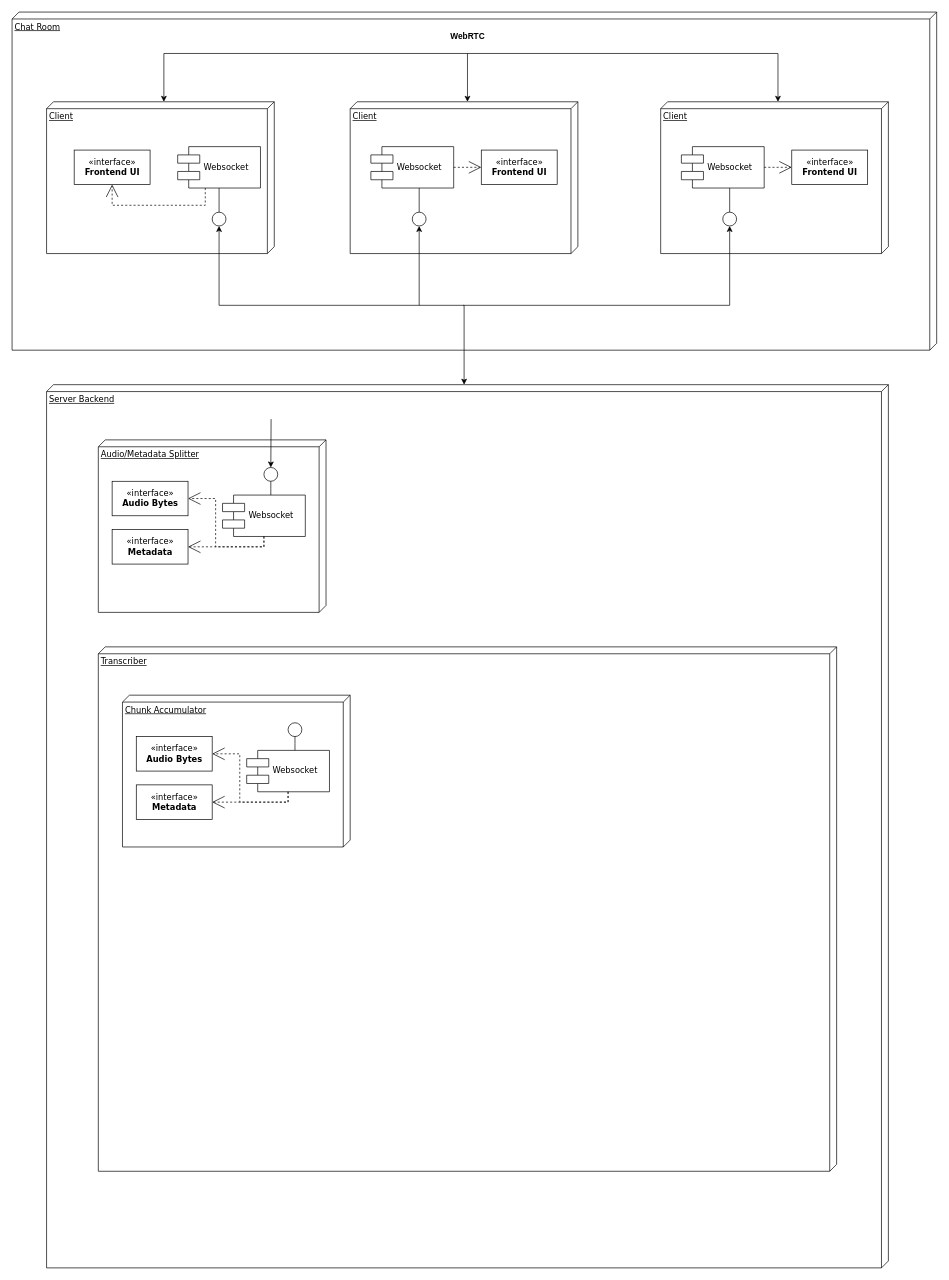
Before: Untitled Diagram.drawio in P72024/P7Project, a draw.io diagram. Source tidied: cells renumbered, new cells numbered last; positions are measured from the earlier drawing's top-left corner, leaving out a move shared by most shapes. Both pictures are drawn from the tidied source at 69%, with x=0, y=0 at pixel (12, 12).
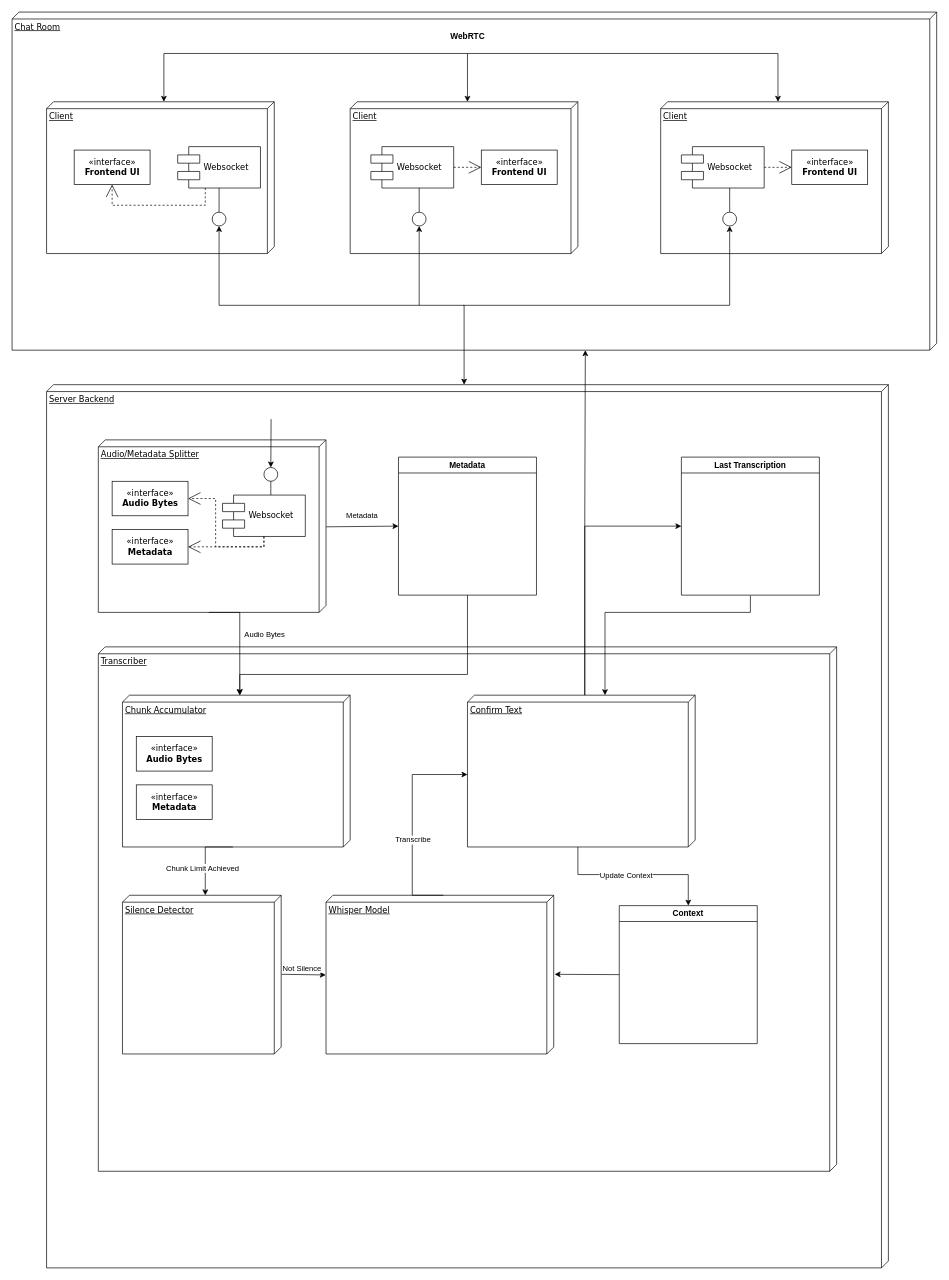
The same page after the edit.

Unchanged cells that the change refers to:
```xml
<mxCell id="2" value="Chat Room" style="verticalAlign=top;align=left;spacingTop=8;spacingLeft=2;spacingRight=12;shape=cube;size=10;direction=south;fontStyle=4;html=1;rounded=0;shadow=0;comic=0;labelBackgroundColor=none;strokeWidth=1;fontFamily=Verdana;fontSize=12;" parent="1" vertex="1">
  <mxGeometry width="1340" height="490" as="geometry" />
</mxCell>
<mxCell id="25" value="Audio/Metadata Splitter" style="verticalAlign=top;align=left;spacingTop=8;spacingLeft=2;spacingRight=12;shape=cube;size=10;direction=south;fontStyle=4;html=1;rounded=0;shadow=0;comic=0;labelBackgroundColor=none;strokeWidth=1;fontFamily=Verdana;fontSize=12;" parent="1" vertex="1">
  <mxGeometry x="125" y="620" width="330" height="250" as="geometry" />
</mxCell>
<mxCell id="38" value="Chunk Accumulator" style="verticalAlign=top;align=left;spacingTop=8;spacingLeft=2;spacingRight=12;shape=cube;size=10;direction=south;fontStyle=4;html=1;rounded=0;shadow=0;comic=0;labelBackgroundColor=none;strokeWidth=1;fontFamily=Verdana;fontSize=12;" parent="1" vertex="1">
  <mxGeometry x="160" y="990" width="330" height="220" as="geometry" />
</mxCell>
<mxCell id="42" value="«interface»&lt;br&gt;&lt;b&gt;Audio Bytes&lt;/b&gt;" style="html=1;rounded=0;shadow=0;comic=0;labelBackgroundColor=none;strokeWidth=1;fontFamily=Verdana;fontSize=12;align=center;" parent="1" vertex="1">
  <mxGeometry x="180" y="1050" width="110" height="50" as="geometry" />
</mxCell>
<mxCell id="43" value="«interface»&lt;br&gt;&lt;b&gt;Metadata&lt;br&gt;&lt;/b&gt;" style="html=1;rounded=0;shadow=0;comic=0;labelBackgroundColor=none;strokeWidth=1;fontFamily=Verdana;fontSize=12;align=center;" parent="1" vertex="1">
  <mxGeometry x="180" y="1120" width="110" height="50" as="geometry" />
</mxCell>
```

The edit, as a diff of the source:
```diff
@@
-    <mxCell id="39" value="Websocket" style="shape=component;align=left;spacingLeft=36;rounded=0;shadow=0;comic=0;labelBackgroundColor=none;strokeWidth=1;fontFamily=Verdana;fontSize=12;html=1;" parent="1" vertex="1">
-      <mxGeometry x="340" y="1070" width="120" height="60" as="geometry" />
-    </mxCell>
-    <mxCell id="40" style="ellipse;whiteSpace=wrap;html=1;rounded=0;shadow=0;comic=0;labelBackgroundColor=none;strokeWidth=1;fontFamily=Verdana;fontSize=12;align=center;" parent="1" vertex="1">
-      <mxGeometry x="400" y="1030" width="20" height="20" as="geometry" />
-    </mxCell>
-    <mxCell id="41" style="edgeStyle=elbowEdgeStyle;rounded=0;html=1;labelBackgroundColor=none;startArrow=none;startFill=0;startSize=8;endArrow=none;endFill=0;endSize=16;fontFamily=Verdana;fontSize=12;" parent="1" edge="1" source="40" target="39">
-      <mxGeometry relative="1" as="geometry" />
-    </mxCell>
@@
-    <mxCell id="44" style="edgeStyle=orthogonalEdgeStyle;rounded=0;html=1;labelBackgroundColor=none;startArrow=none;startFill=0;startSize=8;endArrow=open;endFill=0;endSize=16;fontFamily=Verdana;fontSize=12;dashed=1;exitX=0.5;exitY=1;exitDx=0;exitDy=0;entryX=1;entryY=0.5;entryDx=0;entryDy=0;" parent="1" edge="1" source="39" target="43">
-      <mxGeometry relative="1" as="geometry">
-        <Array as="points">
-          <mxPoint x="400" y="1145" />
-        </Array>
-      </mxGeometry>
-    </mxCell>
-    <mxCell id="45" style="edgeStyle=orthogonalEdgeStyle;rounded=0;html=1;labelBackgroundColor=none;startArrow=none;startFill=0;startSize=8;endArrow=open;endFill=0;endSize=16;fontFamily=Verdana;fontSize=12;dashed=1;entryX=1;entryY=0.5;entryDx=0;entryDy=0;" parent="1" edge="1" target="42">
-      <mxGeometry relative="1" as="geometry">
-        <mxPoint x="400" y="1130" as="sourcePoint" />
-        <Array as="points">
-          <mxPoint x="400" y="1145" />
-          <mxPoint x="330" y="1145" />
-          <mxPoint x="330" y="1075" />
-        </Array>
-      </mxGeometry>
-    </mxCell>
+    <mxCell id="46" value="Whisper Model" style="verticalAlign=top;align=left;spacingTop=8;spacingLeft=2;spacingRight=12;shape=cube;size=10;direction=south;fontStyle=4;html=1;rounded=0;shadow=0;comic=0;labelBackgroundColor=none;strokeWidth=1;fontFamily=Verdana;fontSize=12;" parent="1" vertex="1">
+      <mxGeometry x="455" y="1280" width="330" height="230" as="geometry" />
+    </mxCell>
+    <mxCell id="47" style="edgeStyle=orthogonalEdgeStyle;rounded=0;jettySize=auto;html=1;exitX=0;exitY=0;exitDx=0;exitDy=160;exitPerimeter=0;entryX=0;entryY=0.5;entryDx=0;entryDy=0;" parent="1" edge="1" source="48" target="66">
+      <mxGeometry relative="1" as="geometry" />
+    </mxCell>
+    <mxCell id="48" value="Confirm Text" style="verticalAlign=top;align=left;spacingTop=8;spacingLeft=2;spacingRight=12;shape=cube;size=10;direction=south;fontStyle=4;html=1;rounded=0;shadow=0;comic=0;labelBackgroundColor=none;strokeWidth=1;fontFamily=Verdana;fontSize=12;" parent="1" vertex="1">
+      <mxGeometry x="660" y="990" width="330" height="220" as="geometry" />
+    </mxCell>
+    <mxCell id="49" value="Context" style="swimlane;whiteSpace=wrap;html=1;" parent="1" vertex="1">
+      <mxGeometry x="880" y="1295" width="200" height="200" as="geometry" />
+    </mxCell>
+    <mxCell id="50" style="endArrow=classic;html=1;rounded=0;entryX=0.5;entryY=0;entryDx=0;entryDy=0;exitX=0;exitY=0;exitDx=220;exitDy=170;exitPerimeter=0;" parent="1" edge="1" source="48" target="49">
+      <mxGeometry relative="1" as="geometry">
+        <Array as="points">
+          <mxPoint x="820" y="1250" />
+          <mxPoint x="980" y="1250" />
+        </Array>
+      </mxGeometry>
+    </mxCell>
+    <mxCell id="51" value="Update Context" style="edgeLabel;html=1;align=center;verticalAlign=middle;" parent="50" vertex="1">
+      <mxGeometry x="-0.28" relative="1" as="geometry">
+        <mxPoint x="21" as="offset" />
+      </mxGeometry>
+    </mxCell>
+    <mxCell id="52" style="endArrow=classic;html=1;rounded=0;entryX=0.498;entryY=-0.004;entryDx=0;entryDy=0;entryPerimeter=0;exitX=0;exitY=0.5;exitDx=0;exitDy=0;" parent="1" edge="1" source="49" target="46">
+      <mxGeometry relative="1" as="geometry" />
+    </mxCell>
+    <mxCell id="53" style="endArrow=classic;html=1;rounded=0;entryX=0;entryY=0;entryDx=115;entryDy=330;entryPerimeter=0;exitX=0;exitY=0;exitDx=0;exitDy=160;exitPerimeter=0;" parent="1" edge="1" source="46" target="48">
+      <mxGeometry relative="1" as="geometry">
+        <Array as="points">
+          <mxPoint x="580" y="1280" />
+          <mxPoint x="580" y="1105" />
+        </Array>
+      </mxGeometry>
+    </mxCell>
+    <mxCell id="54" value="Transcribe" style="edgeLabel;html=1;align=center;verticalAlign=middle;" parent="53" vertex="1">
+      <mxGeometry x="-0.16" relative="1" as="geometry" />
+    </mxCell>
+    <mxCell id="55" value="Silence Detector" style="verticalAlign=top;align=left;spacingTop=8;spacingLeft=2;spacingRight=12;shape=cube;size=10;direction=south;fontStyle=4;html=1;rounded=0;shadow=0;comic=0;labelBackgroundColor=none;strokeWidth=1;fontFamily=Verdana;fontSize=12;" parent="1" vertex="1">
+      <mxGeometry x="160" y="1280" width="230" height="230" as="geometry" />
+    </mxCell>
+    <mxCell id="56" style="endArrow=classic;html=1;rounded=0;entryX=0.502;entryY=1.001;entryDx=0;entryDy=0;entryPerimeter=0;exitX=0.498;exitY=-0.003;exitDx=0;exitDy=0;exitPerimeter=0;" parent="1" edge="1" source="55" target="46">
+      <mxGeometry relative="1" as="geometry" />
+    </mxCell>
+    <mxCell id="57" value="Not Silence" style="edgeLabel;html=1;align=center;verticalAlign=middle;" parent="56" vertex="1">
+      <mxGeometry x="-0.1" y="1" relative="1" as="geometry">
+        <mxPoint y="-8" as="offset" />
+      </mxGeometry>
+    </mxCell>
+    <mxCell id="58" value="Metadata" style="swimlane;whiteSpace=wrap;html=1;" parent="1" vertex="1">
+      <mxGeometry x="560" y="645" width="200" height="200" as="geometry" />
+    </mxCell>
+    <mxCell id="59" style="endArrow=classic;html=1;rounded=0;entryX=0;entryY=0.5;entryDx=0;entryDy=0;exitX=0.504;exitY=-0.001;exitDx=0;exitDy=0;exitPerimeter=0;" parent="1" edge="1" source="25" target="58">
+      <mxGeometry relative="1" as="geometry" />
+    </mxCell>
+    <mxCell id="60" value="Metadata" style="edgeLabel;html=1;align=center;verticalAlign=middle;" parent="59" vertex="1">
+      <mxGeometry x="-0.02" relative="1" as="geometry">
+        <mxPoint y="-16" as="offset" />
+      </mxGeometry>
+    </mxCell>
+    <mxCell id="61" style="edgeStyle=orthogonalEdgeStyle;rounded=0;jettySize=auto;html=1;exitX=0;exitY=0;exitDx=250.00000000000003;exitDy=170;exitPerimeter=0;entryX=0;entryY=0;entryDx=0;entryDy=160;entryPerimeter=0;" parent="1" edge="1" source="25" target="38">
+      <mxGeometry relative="1" as="geometry">
+        <Array as="points">
+          <mxPoint x="330" y="870" />
+        </Array>
+      </mxGeometry>
+    </mxCell>
+    <mxCell id="62" value="Audio Bytes" style="edgeLabel;html=1;align=center;verticalAlign=middle;" parent="61" vertex="1">
+      <mxGeometry x="-0.06" y="3" relative="1" as="geometry">
+        <mxPoint x="32" y="-2" as="offset" />
+      </mxGeometry>
+    </mxCell>
+    <mxCell id="63" style="edgeStyle=orthogonalEdgeStyle;rounded=0;jettySize=auto;html=1;exitX=0.5;exitY=1;exitDx=0;exitDy=0;entryX=0;entryY=0;entryDx=0;entryDy=160;entryPerimeter=0;" parent="1" edge="1" source="58" target="38">
+      <mxGeometry relative="1" as="geometry">
+        <Array as="points">
+          <mxPoint x="660" y="960" />
+          <mxPoint x="330" y="960" />
+        </Array>
+      </mxGeometry>
+    </mxCell>
+    <mxCell id="64" style="edgeStyle=orthogonalEdgeStyle;rounded=0;jettySize=auto;html=1;exitX=0;exitY=0;exitDx=220;exitDy=170;exitPerimeter=0;entryX=0;entryY=0;entryDx=0;entryDy=110.00000000000001;entryPerimeter=0;" parent="1" edge="1" source="38" target="55">
+      <mxGeometry relative="1" as="geometry">
+        <Array as="points">
+          <mxPoint x="280" y="1210" />
+        </Array>
+      </mxGeometry>
+    </mxCell>
+    <mxCell id="65" value="Chunk Limit Achieved" style="edgeLabel;html=1;align=center;verticalAlign=middle;" parent="64" vertex="1">
+      <mxGeometry x="0.42" y="-4" relative="1" as="geometry">
+        <mxPoint x="-1" y="-8" as="offset" />
+      </mxGeometry>
+    </mxCell>
+    <mxCell id="66" value="Last Transcription" style="swimlane;whiteSpace=wrap;html=1;startSize=23;" parent="1" vertex="1">
+      <mxGeometry x="970" y="645" width="200" height="200" as="geometry" />
+    </mxCell>
+    <mxCell id="67" style="edgeStyle=orthogonalEdgeStyle;rounded=0;jettySize=auto;html=1;exitX=0;exitY=0;exitDx=0;exitDy=160;exitPerimeter=0;entryX=1;entryY=0.38;entryDx=0;entryDy=0;entryPerimeter=0;" parent="1" edge="1" source="48" target="2">
+      <mxGeometry relative="1" as="geometry" />
+    </mxCell>
+    <mxCell id="68" style="edgeStyle=orthogonalEdgeStyle;rounded=0;orthogonalLoop=1;jettySize=auto;html=1;exitX=0.5;exitY=1;exitDx=0;exitDy=0;entryX=-0.003;entryY=0.396;entryDx=0;entryDy=0;entryPerimeter=0;" parent="1" edge="1">
+      <mxGeometry relative="1" as="geometry">
+        <mxPoint x="1070" y="845.7" as="sourcePoint" />
+        <mxPoint x="859.3" y="990" as="targetPoint" />
+        <Array as="points">
+          <mxPoint x="1070" y="870" />
+          <mxPoint x="859" y="870" />
+        </Array>
+      </mxGeometry>
+    </mxCell>
```
